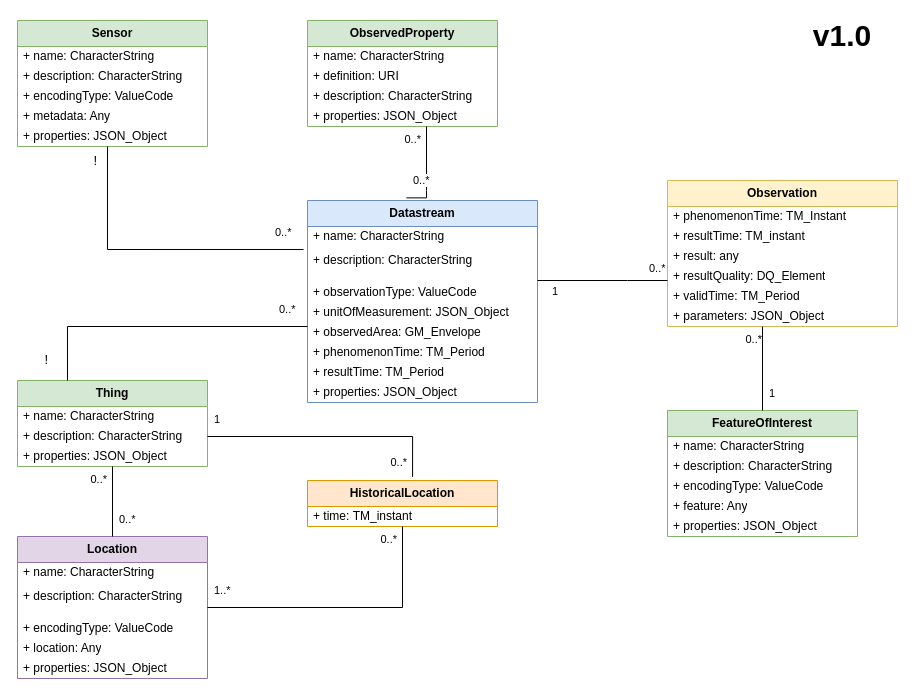
Earlier version of the draw.io diagram Diagramme sans nom.drawio (Mario-35/Stean). Source tidied: cells renumbered, new cells numbered last; positions are measured from the earlier drawing's top-left corner, leaving out a move shared by most shapes. Both pictures are drawn from the tidied source at 100%, with x=0, y=0 at pixel (17, 20).
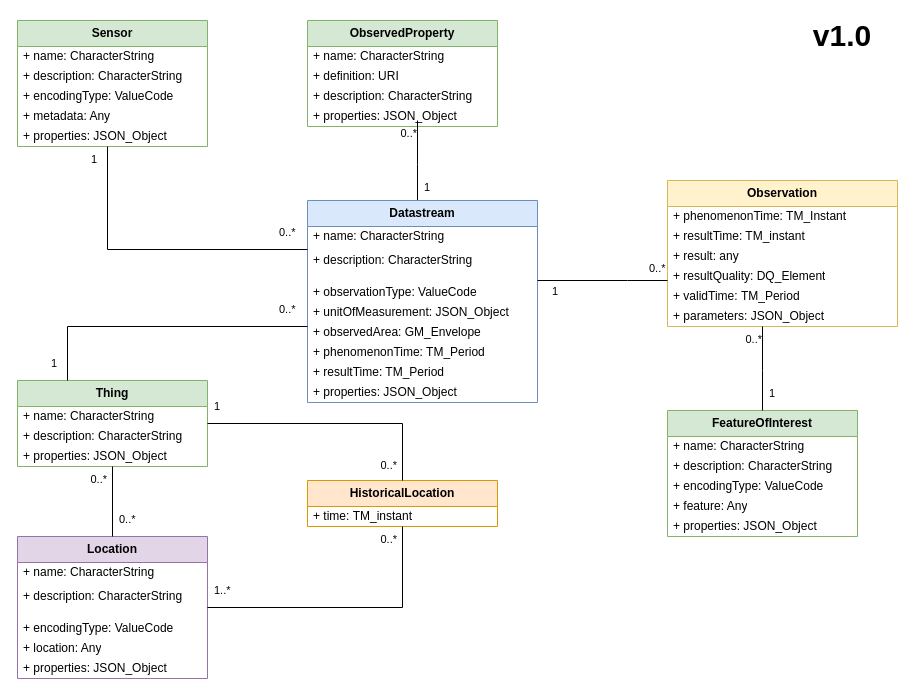
Above is the later version.

Commit message:
Mettre à jour Diagramme sans nom.drawio

Unchanged cells that the change refers to:
```xml
<mxCell id="2" value="&lt;b&gt;Location&lt;/b&gt;" style="swimlane;fontStyle=0;horizontal=1;startSize=26;fillColor=#e1d5e7;whiteSpace=wrap;html=1;strokeColor=#9673a6;" parent="1" vertex="1">
  <mxGeometry y="516" width="190" height="142" as="geometry" />
</mxCell>
<mxCell id="8" value="&lt;b&gt;Thing&lt;/b&gt;" style="swimlane;fontStyle=0;horizontal=1;startSize=26;fillColor=#d5e8d4;whiteSpace=wrap;html=1;strokeColor=#82b366;" parent="1" vertex="1">
  <mxGeometry y="360" width="190" height="86" as="geometry" />
</mxCell>
<mxCell id="10" value="+ description:&amp;nbsp;CharacterString" style="text;strokeColor=none;fillColor=none;align=left;verticalAlign=middle;spacingLeft=4;spacingRight=4;overflow=hidden;points=[[0,0.5],[1,0.5]];portConstraint=eastwest;whiteSpace=wrap;html=1;" parent="8" vertex="1">
  <mxGeometry y="46" width="190" height="20" as="geometry" />
</mxCell>
<mxCell id="12" value="&lt;b&gt;Sensor&lt;/b&gt;" style="swimlane;fontStyle=0;horizontal=1;startSize=26;fillColor=#d5e8d4;whiteSpace=wrap;html=1;strokeColor=#82b366;" parent="1" vertex="1">
  <mxGeometry width="190" height="126" as="geometry" />
</mxCell>
<mxCell id="21" value="&lt;b&gt;ObservedProperty&lt;/b&gt;" style="swimlane;fontStyle=0;horizontal=1;startSize=26;fillColor=#d5e8d4;whiteSpace=wrap;html=1;strokeColor=#82b366;" parent="1" vertex="1">
  <mxGeometry x="290" width="190" height="106" as="geometry" />
</mxCell>
<mxCell id="26" value="&lt;b&gt;Datastream&lt;/b&gt;" style="swimlane;fontStyle=0;horizontal=1;startSize=26;fillColor=#dae8fc;whiteSpace=wrap;html=1;strokeColor=#6c8ebf;" parent="1" vertex="1">
  <mxGeometry x="290" y="180" width="230" height="202" as="geometry" />
</mxCell>
<mxCell id="28" value="+ description:&amp;nbsp;CharacterString" style="text;strokeColor=none;fillColor=none;align=left;verticalAlign=top;spacingLeft=4;spacingRight=4;overflow=hidden;points=[[0,0.5],[1,0.5]];portConstraint=eastwest;whiteSpace=wrap;html=1;" parent="26" vertex="1">
  <mxGeometry y="46" width="230" height="36" as="geometry" />
</mxCell>
<mxCell id="31" value="+ observedArea: GM_Envelope" style="text;strokeColor=none;fillColor=none;align=left;verticalAlign=middle;spacingLeft=4;spacingRight=4;overflow=hidden;points=[[0,0.5],[1,0.5]];portConstraint=eastwest;whiteSpace=wrap;html=1;" parent="26" vertex="1">
  <mxGeometry y="122" width="230" height="20" as="geometry" />
</mxCell>
<mxCell id="35" value="&lt;b&gt;Observation&lt;/b&gt;" style="swimlane;fontStyle=0;horizontal=1;startSize=26;fillColor=#fff2cc;whiteSpace=wrap;html=1;strokeColor=#d6b656;" parent="1" vertex="1">
  <mxGeometry x="650" y="160" width="230" height="146" as="geometry" />
</mxCell>
<mxCell id="42" value="&lt;b&gt;FeatureOfInterest&lt;/b&gt;" style="swimlane;fontStyle=0;horizontal=1;startSize=26;fillColor=#d5e8d4;whiteSpace=wrap;html=1;strokeColor=#82b366;" parent="1" vertex="1">
  <mxGeometry x="650" y="390" width="190" height="126" as="geometry" />
</mxCell>
<mxCell id="60" value="&lt;b&gt;HistoricalLocation&lt;/b&gt;" style="swimlane;fontStyle=0;horizontal=1;startSize=26;fillColor=#ffe6cc;whiteSpace=wrap;html=1;strokeColor=#d79b00;" parent="1" vertex="1">
  <mxGeometry x="290" y="460" width="190" height="46" as="geometry" />
</mxCell>
```

What changed in the source:
```diff
@@
-    <mxCell id="18" style="endArrow=none;html=1;endSize=12;startArrow=none;startSize=14;startFill=0;edgeStyle=orthogonalEdgeStyle;rounded=0;entryX=0.5;entryY=1;entryDx=0;entryDy=0;endFill=0;" parent="1" edge="1" source="2" target="8">
+    <mxCell id="18" style="endArrow=none;html=1;endSize=12;startArrow=none;startSize=14;startFill=0;edgeStyle=orthogonalEdgeStyle;rounded=0;endFill=0;" parent="1" edge="1" source="2" target="8">
       <mxGeometry relative="1" as="geometry" />
     </mxCell>
@@
+    <mxCell id="72" style="endArrow=none;html=1;endSize=12;startArrow=none;startSize=14;startFill=0;edgeStyle=orthogonalEdgeStyle;rounded=0;endFill=0;" parent="21" edge="1">
+      <mxGeometry relative="1" as="geometry">
+        <mxPoint x="110" y="184" as="sourcePoint" />
+        <mxPoint x="110" y="100" as="targetPoint" />
+        <Array as="points">
+          <mxPoint x="110" y="144" />
+          <mxPoint x="110" y="144" />
+        </Array>
+      </mxGeometry>
+    </mxCell>
+    <mxCell id="73" value="1" style="edgeLabel;html=1;align=left;verticalAlign=top;" parent="72" vertex="1">
+      <mxGeometry x="-1" relative="1" as="geometry">
+        <mxPoint x="5" y="-30" as="offset" />
+      </mxGeometry>
+    </mxCell>
+    <mxCell id="74" value="&lt;div&gt;0..*&lt;/div&gt;&lt;div&gt;&lt;br&gt;&lt;/div&gt;" style="edgeLabel;html=1;align=right;verticalAlign=top;" parent="72" vertex="1">
+      <mxGeometry x="1" relative="1" as="geometry" />
+    </mxCell>
@@
-    <mxCell id="48" style="endArrow=none;html=1;endSize=12;startArrow=none;startSize=14;startFill=0;edgeStyle=orthogonalEdgeStyle;rounded=0;endFill=0;exitX=-0.017;exitY=0.083;exitDx=0;exitDy=0;exitPerimeter=0;" parent="1" edge="1" source="28" target="12">
+    <mxCell id="48" style="endArrow=none;html=1;endSize=12;startArrow=none;startSize=14;startFill=0;edgeStyle=orthogonalEdgeStyle;rounded=0;endFill=0;" parent="1" edge="1" source="26" target="12">
       <mxGeometry relative="1" as="geometry">
         <Array as="points">
           <mxPoint x="90" y="229" />
         </Array>
       </mxGeometry>
     </mxCell>
@@
-    <mxCell id="50" value="&lt;font style=&quot;font-size: 13px;&quot;&gt;!&lt;/font&gt;" style="edgeLabel;html=1;align=right;verticalAlign=top;" parent="48" vertex="1">
+    <mxCell id="50" value="1" style="edgeLabel;html=1;align=right;verticalAlign=top;" parent="48" vertex="1">
       <mxGeometry x="1" relative="1" as="geometry">
         <mxPoint x="-10" as="offset" />
       </mxGeometry>
     </mxCell>
-    <mxCell id="51" style="endArrow=none;html=1;endSize=12;startArrow=none;startSize=14;startFill=0;edgeStyle=orthogonalEdgeStyle;rounded=0;endFill=0;exitX=0;exitY=0.2;exitDx=0;exitDy=0;exitPerimeter=0;" parent="1" edge="1" source="31" target="8">
+    <mxCell id="51" style="endArrow=none;html=1;endSize=12;startArrow=none;startSize=14;startFill=0;edgeStyle=orthogonalEdgeStyle;rounded=0;endFill=0;" parent="1" edge="1" source="26" target="8">
       <mxGeometry relative="1" as="geometry">
         <Array as="points">
           <mxPoint x="50" y="306" />
         </Array>
       </mxGeometry>
     </mxCell>
@@
-    <mxCell id="53" value="&lt;font style=&quot;font-size: 13px;&quot;&gt;!&lt;/font&gt;" style="edgeLabel;html=1;align=right;verticalAlign=top;" parent="51" vertex="1">
+    <mxCell id="53" value="1" style="edgeLabel;html=1;align=right;verticalAlign=top;" parent="51" vertex="1">
       <mxGeometry x="1" relative="1" as="geometry">
-        <mxPoint x="-19" y="-35" as="offset" />
+        <mxPoint x="-10" y="-30" as="offset" />
       </mxGeometry>
     </mxCell>
@@
     <mxCell id="57" style="endArrow=none;html=1;endSize=12;startArrow=none;startSize=14;startFill=0;edgeStyle=orthogonalEdgeStyle;rounded=0;endFill=0;" parent="1" edge="1" source="42" target="35">
       <mxGeometry relative="1" as="geometry">
         <Array as="points">
-          <mxPoint x="768" y="500" />
-          <mxPoint x="768" y="500" />
+          <mxPoint x="745" y="350" />
+          <mxPoint x="745" y="350" />
         </Array>
       </mxGeometry>
     </mxCell>
@@
-    <mxCell id="65" style="endArrow=none;html=1;endSize=12;startArrow=none;startSize=14;startFill=0;edgeStyle=orthogonalEdgeStyle;rounded=0;endFill=0;entryX=0.553;entryY=-0.077;entryDx=0;entryDy=0;entryPerimeter=0;exitX=1;exitY=0.5;exitDx=0;exitDy=0;" parent="1" edge="1" source="10" target="60">
+    <mxCell id="65" style="endArrow=none;html=1;endSize=12;startArrow=none;startSize=14;startFill=0;edgeStyle=orthogonalEdgeStyle;rounded=0;endFill=0;" parent="1" edge="1" source="8" target="60">
       <mxGeometry relative="1" as="geometry" />
     </mxCell>
@@
-    <mxCell id="68" style="endArrow=none;html=1;endSize=12;startArrow=none;startSize=14;startFill=0;edgeStyle=orthogonalEdgeStyle;rounded=0;endFill=0;exitX=0.43;exitY=-0.013;exitDx=0;exitDy=0;exitPerimeter=0;" parent="1" edge="1" source="26" target="21">
-      <mxGeometry relative="1" as="geometry">
-        <Array as="points">
-          <mxPoint x="409" y="170" />
-          <mxPoint x="409" y="170" />
-        </Array>
-      </mxGeometry>
-    </mxCell>
-    <mxCell id="69" value="&lt;div&gt;0..*&lt;/div&gt;" style="edgeLabel;html=1;align=left;verticalAlign=top;" parent="68" vertex="1">
-      <mxGeometry x="-1" relative="1" as="geometry">
-        <mxPoint x="5" y="-30" as="offset" />
-      </mxGeometry>
-    </mxCell>
-    <mxCell id="70" value="0..*" style="edgeLabel;html=1;align=right;verticalAlign=top;" parent="68" vertex="1">
-      <mxGeometry x="1" relative="1" as="geometry">
-        <mxPoint x="-5" as="offset" />
-      </mxGeometry>
-    </mxCell>
```
